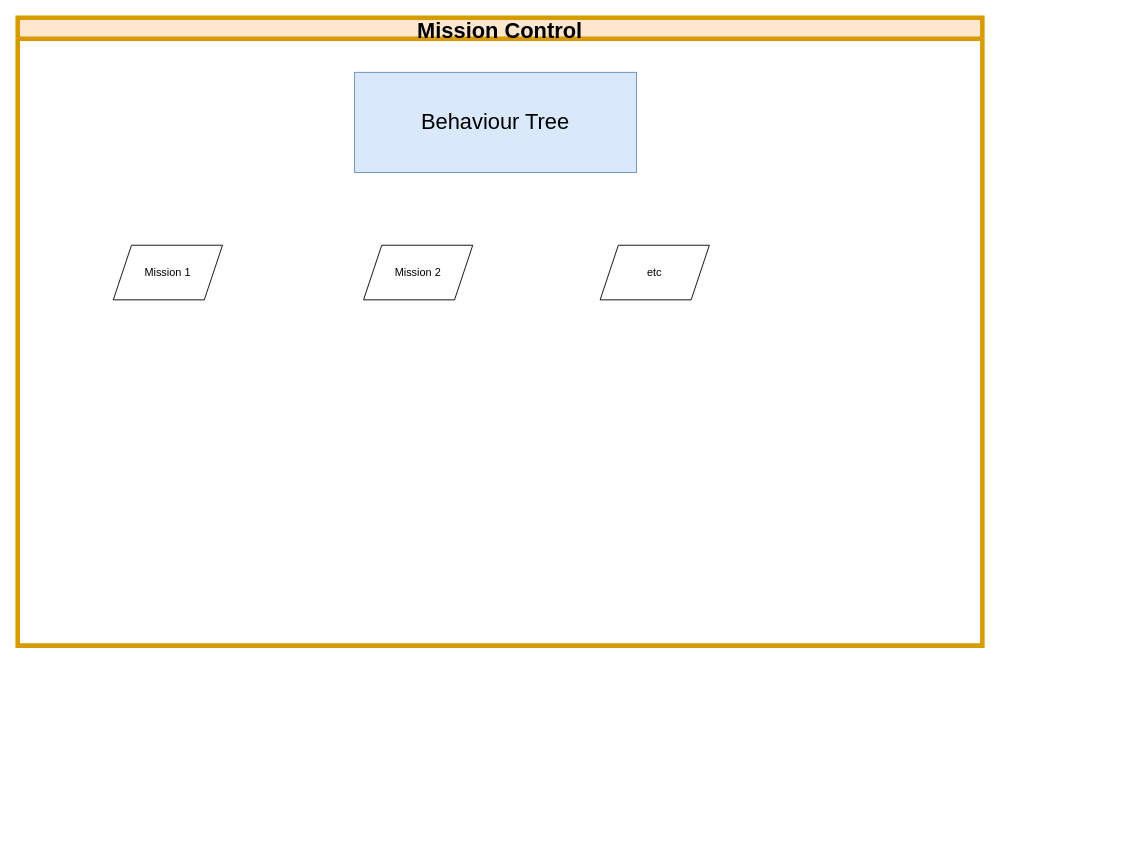
Above: page "#3 Mission Control" (15 of 18) of OutdoorNavigationStructure.drawio in ipa-dmo/ipa_outdoor_docu (draw.io), before the change. Source tidied: cells renumbered, new cells numbered last; positions are measured from the earlier drawing's top-left corner, leaving out a move shared by most shapes. Both pictures are drawn from the tidied source at 91%, with x=0, y=0 at pixel (17, 17).
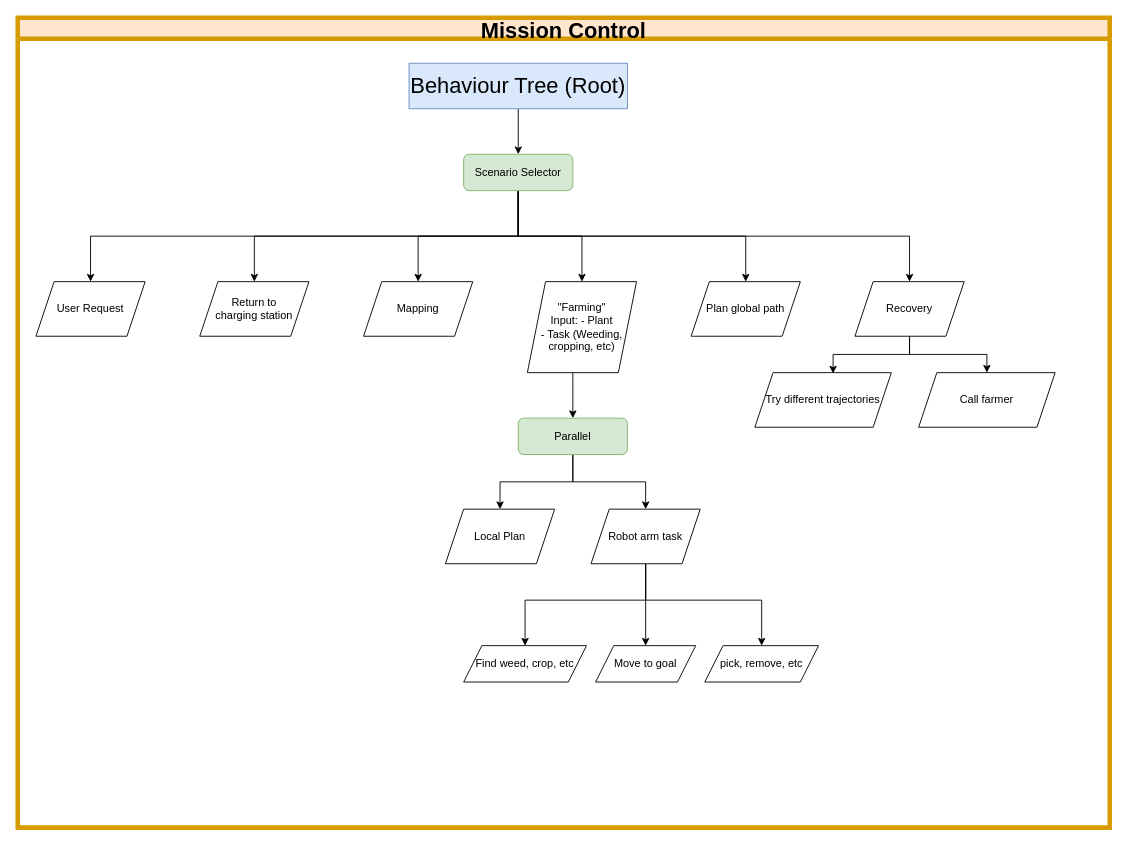
Above is the later version.

Commit message (it also covers changes not shown here):
start behavior tree

Diff of the diagram source:
```diff
@@
     <mxCell id="2" value="Mission Control" style="swimlane;fillColor=#ffe6cc;strokeColor=#d79b00;fontSize=24;strokeWidth=5;startSize=23;" parent="1" vertex="1">
-      <mxGeometry width="1060" height="690" as="geometry" />
+      <mxGeometry width="1200" height="890" as="geometry" />
     </mxCell>
+    <mxCell id="7" style="edgeStyle=orthogonalEdgeStyle;rounded=0;jettySize=auto;html=1;exitX=0.5;exitY=1;exitDx=0;exitDy=0;entryX=0.5;entryY=0;entryDx=0;entryDy=0;" parent="2" edge="1" source="3" target="14">
+      <mxGeometry relative="1" as="geometry" />
+    </mxCell>
-    <mxCell id="3" value="&lt;font style=&quot;font-size: 24px&quot;&gt;Behaviour Tree&lt;br&gt;&lt;/font&gt;" style="whiteSpace=wrap;html=1;fillColor=#dae8fc;strokeColor=#6c8ebf;" parent="2" vertex="1">
-      <mxGeometry x="370" y="60" width="310" height="110" as="geometry" />
+    <mxCell id="3" value="&lt;font style=&quot;font-size: 24px&quot;&gt;Behaviour Tree (Root)&lt;br&gt;&lt;/font&gt;" style="whiteSpace=wrap;html=1;fillColor=#dae8fc;strokeColor=#6c8ebf;" parent="2" vertex="1">
+      <mxGeometry x="430" y="50" width="240" height="50" as="geometry" />
     </mxCell>
-    <mxCell id="4" value="Mission 1" style="shape=parallelogram;perimeter=parallelogramPerimeter;whiteSpace=wrap;html=1;fixedSize=1;" parent="2" vertex="1">
-      <mxGeometry x="105" y="250" width="120" height="60" as="geometry" />
+    <mxCell id="4" value="User Request" style="shape=parallelogram;perimeter=parallelogramPerimeter;whiteSpace=wrap;html=1;fixedSize=1;" parent="2" vertex="1">
+      <mxGeometry x="20" y="290" width="120" height="60" as="geometry" />
     </mxCell>
-    <mxCell id="5" value="Mission 2" style="shape=parallelogram;perimeter=parallelogramPerimeter;whiteSpace=wrap;html=1;fixedSize=1;" parent="2" vertex="1">
-      <mxGeometry x="380" y="250" width="120" height="60" as="geometry" />
+    <mxCell id="5" value="Return to &lt;br&gt;charging station" style="shape=parallelogram;perimeter=parallelogramPerimeter;whiteSpace=wrap;html=1;fixedSize=1;" parent="2" vertex="1">
+      <mxGeometry x="200" y="290" width="120" height="60" as="geometry" />
     </mxCell>
-    <mxCell id="6" value="etc" style="shape=parallelogram;perimeter=parallelogramPerimeter;whiteSpace=wrap;html=1;fixedSize=1;" parent="2" vertex="1">
-      <mxGeometry x="640" y="250" width="120" height="60" as="geometry" />
+    <mxCell id="6" value="Mapping" style="shape=parallelogram;perimeter=parallelogramPerimeter;whiteSpace=wrap;html=1;fixedSize=1;" parent="2" vertex="1">
+      <mxGeometry x="380" y="290" width="120" height="60" as="geometry" />
     </mxCell>
+    <mxCell id="8" style="edgeStyle=orthogonalEdgeStyle;rounded=0;jettySize=auto;html=1;entryX=0.5;entryY=0;entryDx=0;entryDy=0;" parent="2" edge="1" source="14" target="17">
+      <mxGeometry relative="1" as="geometry" />
+    </mxCell>
+    <mxCell id="9" style="edgeStyle=orthogonalEdgeStyle;rounded=0;jettySize=auto;html=1;entryX=0.5;entryY=0;entryDx=0;entryDy=0;" parent="2" edge="1" source="14" target="6">
+      <mxGeometry relative="1" as="geometry" />
+    </mxCell>
+    <mxCell id="10" style="edgeStyle=orthogonalEdgeStyle;rounded=0;jettySize=auto;html=1;entryX=0.5;entryY=0;entryDx=0;entryDy=0;" parent="2" edge="1" source="14" target="15">
+      <mxGeometry relative="1" as="geometry">
+        <Array as="points">
+          <mxPoint x="550" y="240" />
+          <mxPoint x="800" y="240" />
+        </Array>
+      </mxGeometry>
+    </mxCell>
+    <mxCell id="11" style="edgeStyle=orthogonalEdgeStyle;rounded=0;jettySize=auto;html=1;entryX=0.5;entryY=0;entryDx=0;entryDy=0;" parent="2" edge="1" source="14" target="20">
+      <mxGeometry relative="1" as="geometry">
+        <Array as="points">
+          <mxPoint x="550" y="240" />
+          <mxPoint x="980" y="240" />
+        </Array>
+      </mxGeometry>
+    </mxCell>
+    <mxCell id="12" style="edgeStyle=orthogonalEdgeStyle;rounded=0;jettySize=auto;html=1;" parent="2" edge="1" source="14" target="5">
+      <mxGeometry relative="1" as="geometry">
+        <Array as="points">
+          <mxPoint x="550" y="240" />
+          <mxPoint x="260" y="240" />
+        </Array>
+      </mxGeometry>
+    </mxCell>
+    <mxCell id="13" style="edgeStyle=orthogonalEdgeStyle;rounded=0;jettySize=auto;html=1;" parent="2" edge="1" source="14" target="4">
+      <mxGeometry relative="1" as="geometry">
+        <Array as="points">
+          <mxPoint x="550" y="240" />
+          <mxPoint x="80" y="240" />
+        </Array>
+      </mxGeometry>
+    </mxCell>
+    <mxCell id="14" value="Scenario Selector" style="rounded=1;whiteSpace=wrap;html=1;fillColor=#d5e8d4;strokeColor=#82b366;" parent="2" vertex="1">
+      <mxGeometry x="490" y="150" width="120" height="40" as="geometry" />
+    </mxCell>
+    <mxCell id="15" value="Plan global path" style="shape=parallelogram;perimeter=parallelogramPerimeter;whiteSpace=wrap;html=1;fixedSize=1;" parent="2" vertex="1">
+      <mxGeometry x="740" y="290" width="120" height="60" as="geometry" />
+    </mxCell>
+    <mxCell id="16" style="edgeStyle=orthogonalEdgeStyle;rounded=0;jettySize=auto;html=1;entryX=0.5;entryY=0;entryDx=0;entryDy=0;" parent="2" edge="1" source="17" target="23">
+      <mxGeometry relative="1" as="geometry">
+        <Array as="points">
+          <mxPoint x="610" y="400" />
+          <mxPoint x="610" y="400" />
+        </Array>
+      </mxGeometry>
+    </mxCell>
+    <mxCell id="17" value="&quot;Farming&quot;&lt;br&gt;Input: - Plant&lt;br&gt;- Task (Weeding, cropping, etc)" style="shape=parallelogram;perimeter=parallelogramPerimeter;whiteSpace=wrap;html=1;fixedSize=1;" parent="2" vertex="1">
+      <mxGeometry x="560" y="290" width="120" height="100" as="geometry" />
+    </mxCell>
+    <mxCell id="18" style="edgeStyle=orthogonalEdgeStyle;rounded=0;jettySize=auto;html=1;entryX=0.573;entryY=0.017;entryDx=0;entryDy=0;entryPerimeter=0;" parent="2" edge="1" source="20" target="32">
+      <mxGeometry relative="1" as="geometry" />
+    </mxCell>
+    <mxCell id="19" style="edgeStyle=orthogonalEdgeStyle;rounded=0;jettySize=auto;html=1;" parent="2" edge="1" source="20" target="33">
+      <mxGeometry relative="1" as="geometry" />
+    </mxCell>
+    <mxCell id="20" value="Recovery" style="shape=parallelogram;perimeter=parallelogramPerimeter;whiteSpace=wrap;html=1;fixedSize=1;" parent="2" vertex="1">
+      <mxGeometry x="920" y="290" width="120" height="60" as="geometry" />
+    </mxCell>
+    <mxCell id="21" style="edgeStyle=orthogonalEdgeStyle;rounded=0;jettySize=auto;html=1;" parent="2" edge="1" source="23" target="28">
+      <mxGeometry relative="1" as="geometry" />
+    </mxCell>
+    <mxCell id="22" style="edgeStyle=orthogonalEdgeStyle;rounded=0;jettySize=auto;html=1;entryX=0.5;entryY=0;entryDx=0;entryDy=0;" parent="2" edge="1" source="23" target="24">
+      <mxGeometry relative="1" as="geometry" />
+    </mxCell>
+    <mxCell id="23" value="Parallel" style="rounded=1;whiteSpace=wrap;html=1;fillColor=#d5e8d4;strokeColor=#82b366;" parent="2" vertex="1">
+      <mxGeometry x="550" y="440" width="120" height="40" as="geometry" />
+    </mxCell>
+    <mxCell id="24" value="Local Plan" style="shape=parallelogram;perimeter=parallelogramPerimeter;whiteSpace=wrap;html=1;fixedSize=1;" parent="2" vertex="1">
+      <mxGeometry x="470" y="540" width="120" height="60" as="geometry" />
+    </mxCell>
+    <mxCell id="25" style="edgeStyle=orthogonalEdgeStyle;rounded=0;jettySize=auto;html=1;entryX=0.5;entryY=0;entryDx=0;entryDy=0;" parent="2" edge="1" source="28" target="29">
+      <mxGeometry relative="1" as="geometry">
+        <Array as="points">
+          <mxPoint x="690" y="640" />
+          <mxPoint x="558" y="640" />
+        </Array>
+      </mxGeometry>
+    </mxCell>
+    <mxCell id="26" style="edgeStyle=orthogonalEdgeStyle;rounded=0;jettySize=auto;html=1;entryX=0.5;entryY=0;entryDx=0;entryDy=0;" parent="2" edge="1" source="28" target="30">
+      <mxGeometry relative="1" as="geometry" />
+    </mxCell>
+    <mxCell id="27" style="edgeStyle=orthogonalEdgeStyle;rounded=0;jettySize=auto;html=1;entryX=0.5;entryY=0;entryDx=0;entryDy=0;" parent="2" edge="1" source="28" target="31">
+      <mxGeometry relative="1" as="geometry">
+        <Array as="points">
+          <mxPoint x="690" y="640" />
+          <mxPoint x="818" y="640" />
+        </Array>
+      </mxGeometry>
+    </mxCell>
+    <mxCell id="28" value="Robot arm task" style="shape=parallelogram;perimeter=parallelogramPerimeter;whiteSpace=wrap;html=1;fixedSize=1;" parent="2" vertex="1">
+      <mxGeometry x="630" y="540" width="120" height="60" as="geometry" />
+    </mxCell>
+    <mxCell id="29" value="Find weed, crop, etc" style="shape=parallelogram;perimeter=parallelogramPerimeter;whiteSpace=wrap;html=1;fixedSize=1;" parent="2" vertex="1">
+      <mxGeometry x="490" y="690" width="135" height="40" as="geometry" />
+    </mxCell>
+    <mxCell id="30" value="Move to goal" style="shape=parallelogram;perimeter=parallelogramPerimeter;whiteSpace=wrap;html=1;fixedSize=1;" parent="2" vertex="1">
+      <mxGeometry x="635" y="690" width="110" height="40" as="geometry" />
+    </mxCell>
+    <mxCell id="31" value="pick, remove, etc" style="shape=parallelogram;perimeter=parallelogramPerimeter;whiteSpace=wrap;html=1;fixedSize=1;" parent="2" vertex="1">
+      <mxGeometry x="755" y="690" width="125" height="40" as="geometry" />
+    </mxCell>
+    <mxCell id="32" value="Try different trajectories" style="shape=parallelogram;perimeter=parallelogramPerimeter;whiteSpace=wrap;html=1;fixedSize=1;" parent="2" vertex="1">
+      <mxGeometry x="810" y="390" width="150" height="60" as="geometry" />
+    </mxCell>
+    <mxCell id="33" value="Call farmer" style="shape=parallelogram;perimeter=parallelogramPerimeter;whiteSpace=wrap;html=1;fixedSize=1;" parent="2" vertex="1">
+      <mxGeometry x="990" y="390" width="150" height="60" as="geometry" />
+    </mxCell>
```
